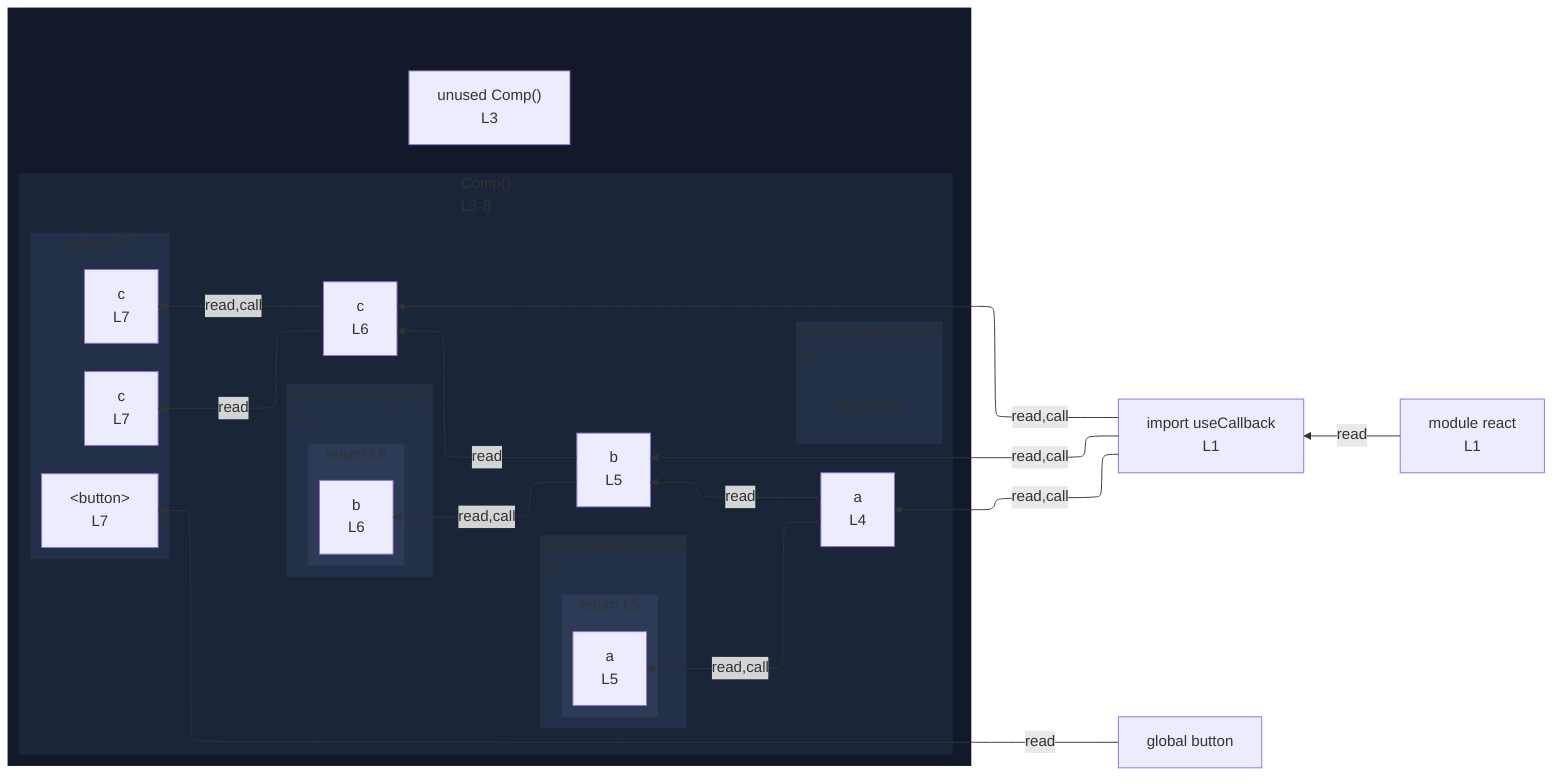
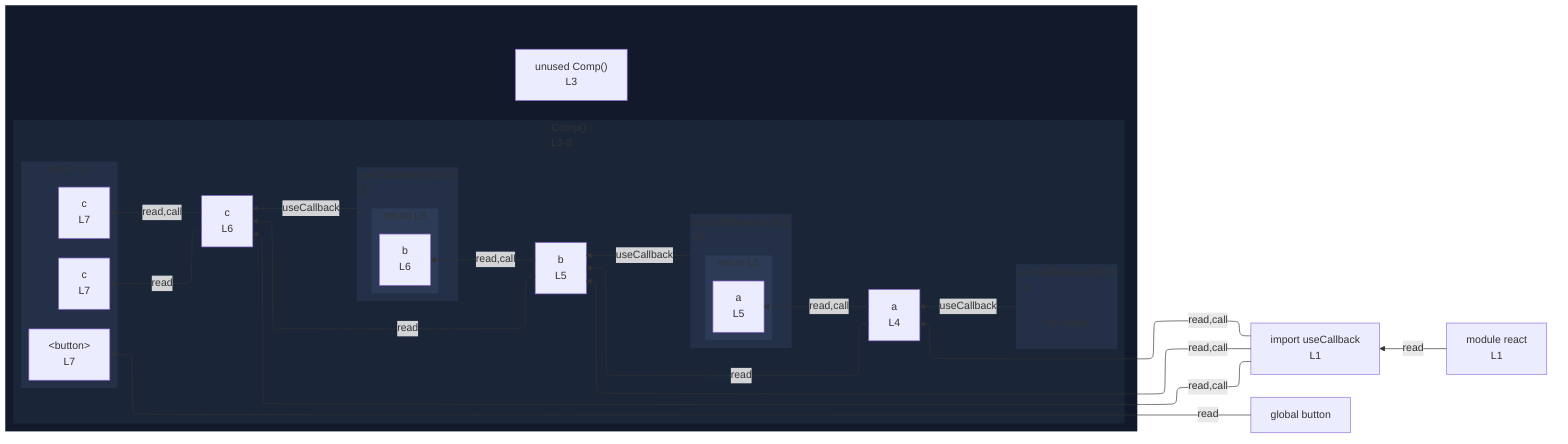
%%{init: {"flowchart": {"defaultRenderer": "elk"}}}%%
flowchart RL
  n_scope_0_useCallback_9["import useCallback<br/>L1"]
  n_scope_0_button_197["global button"]
  subgraph wrap_s_scope_1[" "]
    direction TB
    n_scope_0_Comp_44["unused Comp()<br/>L3"]
    subgraph s_scope_1["Comp()<br/>L3-8"]
      direction RL
      n_scope_1_a_67["a<br/>L4"]
      n_scope_1_b_105["b<br/>L5"]
      n_scope_1_c_150["c<br/>L6"]
      subgraph s_scope_2["useCallback(args[0])<br/>L4"]
        direction RL
        elk_empty_s_scope_2["No nodes"]
      end
      subgraph s_scope_3["useCallback(args[0])<br/>L5"]
        direction RL
        subgraph s_return_scope_0_Comp_44_127_134["return L5"]
          direction RL
          ret_use_ref_5["a<br/>L5"]
        end
      end
      subgraph s_scope_4["useCallback(args[0])<br/>L6"]
        direction RL
        subgraph s_return_scope_0_Comp_44_172_179["return L6"]
          direction RL
          ret_use_ref_9["b<br/>L6"]
        end
      end
      subgraph s_return_scope_0_Comp_44_189_231["return L7"]
        direction RL
        ret_use_ref_11["&lt;button&gt;<br/>L7"]
        ret_use_ref_12["c<br/>L7"]
        ret_use_ref_13["c<br/>L7"]
      end
    end
  end
  n_scope_0_useCallback_9 -->|read,call| n_scope_1_a_67
  n_scope_0_useCallback_9 -->|read,call| n_scope_1_b_105
  n_scope_1_a_67 -->|read,call| ret_use_ref_5
  n_scope_1_a_67 -->|read| n_scope_1_b_105
  n_scope_0_useCallback_9 -->|read,call| n_scope_1_c_150
  n_scope_1_b_105 -->|read,call| ret_use_ref_9
  n_scope_1_b_105 -->|read| n_scope_1_c_150
  n_scope_0_button_197 -->|read| ret_use_ref_11
  n_scope_1_c_150 -->|read| ret_use_ref_12
  n_scope_1_c_150 -->|read,call| ret_use_ref_13
+   s_scope_2 -->|useCallback| n_scope_1_a_67
+   s_scope_3 -->|useCallback| n_scope_1_b_105
+   s_scope_4 -->|useCallback| n_scope_1_c_150
  mod_react["module react<br/>L1"]
  mod_react -->|read| n_scope_0_useCallback_9
  classDef nestL1 fill:#11192a,stroke:transparent;
  class wrap_s_scope_1 nestL1;
  classDef nestL2 fill:#1a2538,stroke:transparent;
  class s_scope_1 nestL2;
  classDef nestL3 fill:#243047,stroke:transparent;
  class s_scope_2 nestL3;
  class s_scope_3 nestL3;
  class s_scope_4 nestL3;
  class s_return_scope_0_Comp_44_189_231 nestL3;
  classDef nestL4 fill:#2d3b57,stroke:transparent;
  class s_return_scope_0_Comp_44_127_134 nestL4;
  class s_return_scope_0_Comp_44_172_179 nestL4;
  classDef elkEmptyPlaceholder fill:transparent,stroke:transparent;
  class elk_empty_s_scope_2 elkEmptyPlaceholder;
